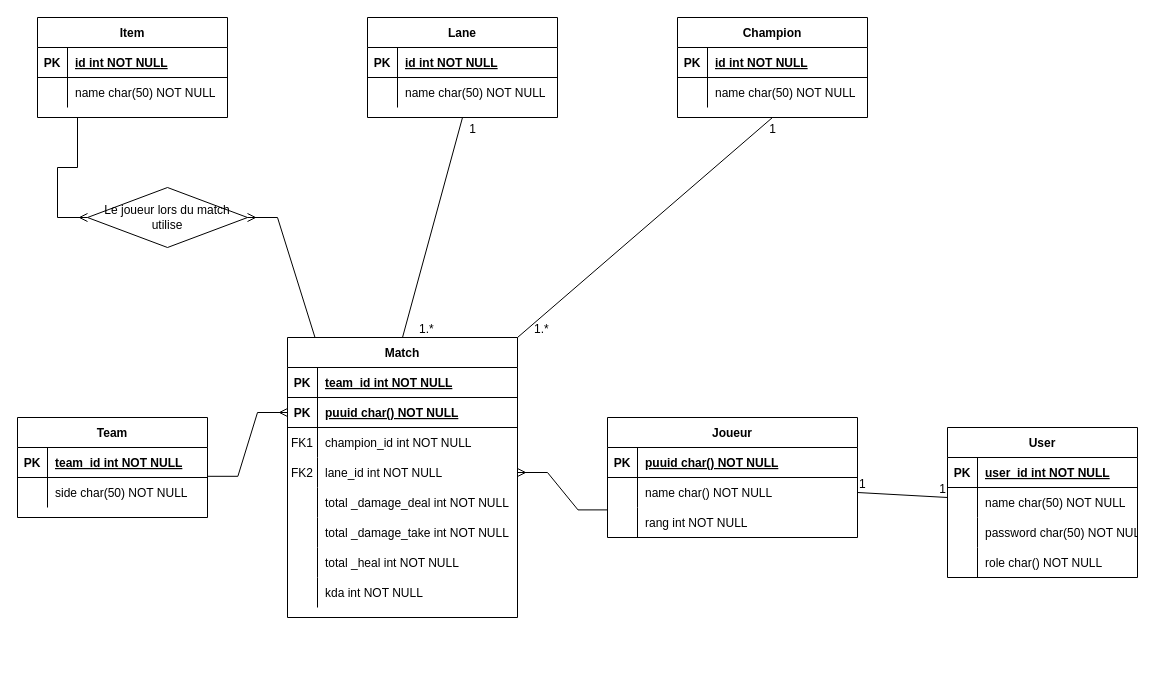
Before: Image Prod/Diagramme de donnees.drawio in Niyo-D-JC/HelpWork, a draw.io diagram. Source tidied: cells renumbered, new cells numbered last; positions are measured from the earlier drawing's top-left corner, leaving out a move shared by most shapes. Both pictures are drawn from the tidied source at 100%, with x=0, y=0 at pixel (17, 17).
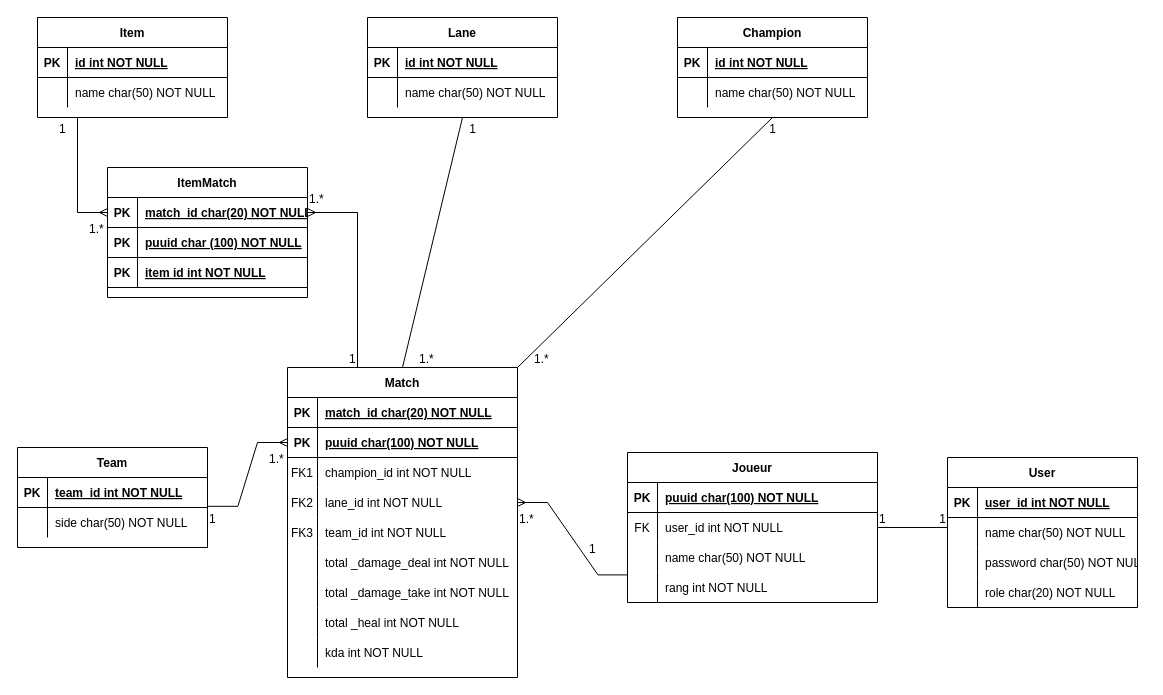
After the change.

Commit message:
Mettre à jour Diagramme de donnees.drawio

The change refers to these unchanged cells:
```xml
<mxCell id="3" style="shape=partialRectangle;fillColor=none;top=0;left=0;right=0;bottom=1;" parent="2" vertex="1">
  <mxGeometry y="30" width="250" height="30" as="geometry" />
</mxCell>
<mxCell id="6" style="shape=partialRectangle;fillColor=none;points=[[0,0.5],[1,0.5]];portConstraint=eastwest;top=0;left=0;right=0;bottom=0;" parent="2" vertex="1">
  <mxGeometry y="60" width="250" height="30" as="geometry" />
</mxCell>
<mxCell id="29" style="shape=partialRectangle;fillColor=none;top=0;left=0;right=0;bottom=0;" parent="19" vertex="1">
  <mxGeometry y="120" width="190" height="30" as="geometry" />
</mxCell>
<mxCell id="57" style="shape=partialRectangle;fillColor=none;top=0;left=0;right=0;bottom=1;" parent="56" vertex="1">
  <mxGeometry y="30" width="230" height="30" as="geometry" />
</mxCell>
<mxCell id="60" style="shape=partialRectangle;fillColor=none;points=[[0,0.5],[1,0.5]];portConstraint=eastwest;top=0;left=0;right=0;bottom=1;" parent="56" vertex="1">
  <mxGeometry y="60" width="230" height="30" as="geometry" />
</mxCell>
<mxCell id="69" style="shape=partialRectangle;fillColor=none;top=0;left=0;right=0;bottom=0;" parent="56" vertex="1">
  <mxGeometry y="150" width="230" height="30" as="geometry" />
</mxCell>
```

Diff of the diagram source:
```diff
@@
     <mxCell id="2" value="Joueur" style="shape=table;startSize=30;childLayout=tableLayout;rowLines=0;fontStyle=1;align=center;" parent="1" vertex="1">
-      <mxGeometry x="590" y="400" width="250" height="120" as="geometry" />
+      <mxGeometry x="610" y="435" width="250" height="150" as="geometry" />
     </mxCell>
@@
-    <mxCell id="5" value="puuid char() NOT NULL " style="shape=partialRectangle;overflow=hidden;fillColor=none;top=0;left=0;bottom=0;right=0;align=left;spacingLeft=6;fontStyle=5;" parent="3" vertex="1">
+    <mxCell id="5" value="puuid char(100) NOT NULL " style="shape=partialRectangle;overflow=hidden;fillColor=none;top=0;left=0;bottom=0;right=0;align=left;spacingLeft=6;fontStyle=5;" parent="3" vertex="1">
       <mxGeometry x="30" width="220" height="30" as="geometry" />
     </mxCell>
@@
-    <mxCell id="7" style="shape=partialRectangle;overflow=hidden;fillColor=none;top=0;left=0;bottom=0;right=0;" parent="6" vertex="1">
+    <mxCell id="7" value="FK" style="shape=partialRectangle;overflow=hidden;fillColor=none;top=0;left=0;bottom=0;right=0;" parent="6" vertex="1">
       <mxGeometry width="30" height="30" as="geometry" />
     </mxCell>
-    <mxCell id="8" value="name char() NOT NULL" style="shape=partialRectangle;overflow=hidden;fillColor=none;top=0;left=0;bottom=0;right=0;align=left;spacingLeft=6;" parent="6" vertex="1">
+    <mxCell id="8" value="user_id int NOT NULL" style="shape=partialRectangle;overflow=hidden;fillColor=none;top=0;left=0;bottom=0;right=0;align=left;spacingLeft=6;" parent="6" vertex="1">
       <mxGeometry x="30" width="220" height="30" as="geometry" />
     </mxCell>
+    <mxCell id="92" style="shape=partialRectangle;fillColor=none;top=0;left=0;right=0;bottom=0;" parent="2" vertex="1">
+      <mxGeometry y="90" width="250" height="30" as="geometry" />
+    </mxCell>
+    <mxCell id="93" style="shape=partialRectangle;overflow=hidden;fillColor=none;top=0;left=0;bottom=0;right=0;" parent="92" vertex="1">
+      <mxGeometry width="30" height="30" as="geometry" />
+    </mxCell>
+    <mxCell id="94" value="name char(50) NOT NULL" style="shape=partialRectangle;overflow=hidden;fillColor=none;top=0;left=0;bottom=0;right=0;align=left;spacingLeft=6;" parent="92" vertex="1">
+      <mxGeometry x="30" width="220" height="30" as="geometry" />
+    </mxCell>
     <mxCell id="9" style="shape=partialRectangle;fillColor=none;points=[[0,0.5],[1,0.5]];portConstraint=eastwest;top=0;left=0;right=0;bottom=0;" parent="2" vertex="1">
-      <mxGeometry y="90" width="250" height="30" as="geometry" />
+      <mxGeometry y="120" width="250" height="30" as="geometry" />
     </mxCell>
@@
     <mxCell id="19" value="User" style="shape=table;startSize=30;childLayout=tableLayout;rowLines=0;fontStyle=1;align=center;" parent="1" vertex="1">
-      <mxGeometry x="930" y="410" width="190" height="150" as="geometry" />
+      <mxGeometry x="930" y="440" width="190" height="150" as="geometry" />
     </mxCell>
@@
-    <mxCell id="31" value="role char() NOT NULL" style="shape=partialRectangle;overflow=hidden;fillColor=none;top=0;left=0;bottom=0;right=0;align=left;spacingLeft=6;" parent="29" vertex="1">
+    <mxCell id="31" value="role char(20) NOT NULL" style="shape=partialRectangle;overflow=hidden;fillColor=none;top=0;left=0;bottom=0;right=0;align=left;spacingLeft=6;" parent="29" vertex="1">
       <mxGeometry x="30" width="160" height="30" as="geometry" />
     </mxCell>
@@
     <mxCell id="49" value="Team" style="shape=table;startSize=30;childLayout=tableLayout;rowLines=0;fontStyle=1;align=center;" parent="1" vertex="1">
-      <mxGeometry y="400" width="190" height="100" as="geometry" />
+      <mxGeometry y="430" width="190" height="100" as="geometry" />
     </mxCell>
@@
     <mxCell id="56" value="Match" style="shape=table;startSize=30;childLayout=tableLayout;rowLines=0;fontStyle=1;align=center;" parent="1" vertex="1">
-      <mxGeometry x="270" y="320" width="230" height="280" as="geometry" />
+      <mxGeometry x="270" y="350" width="230" height="310" as="geometry" />
     </mxCell>
@@
-    <mxCell id="59" value="team_id int NOT NULL " style="shape=partialRectangle;overflow=hidden;fillColor=none;top=0;left=0;bottom=0;right=0;align=left;spacingLeft=6;fontStyle=5;" parent="57" vertex="1">
+    <mxCell id="59" value="match_id char(20) NOT NULL " style="shape=partialRectangle;overflow=hidden;fillColor=none;top=0;left=0;bottom=0;right=0;align=left;spacingLeft=6;fontStyle=5;" parent="57" vertex="1">
       <mxGeometry x="30" width="200" height="30" as="geometry" />
     </mxCell>
@@
-    <mxCell id="62" value="puuid char() NOT NULL " style="shape=partialRectangle;overflow=hidden;fillColor=none;top=0;left=0;bottom=0;right=0;align=left;spacingLeft=6;fontStyle=5;" parent="60" vertex="1">
+    <mxCell id="62" value="puuid char(100) NOT NULL " style="shape=partialRectangle;overflow=hidden;fillColor=none;top=0;left=0;bottom=0;right=0;align=left;spacingLeft=6;fontStyle=5;" parent="60" vertex="1">
       <mxGeometry x="30" width="200" height="30" as="geometry" />
     </mxCell>
@@
-    <mxCell id="71" value="total _damage_deal int NOT NULL" style="shape=partialRectangle;overflow=hidden;fillColor=none;top=0;left=0;bottom=0;right=0;align=left;spacingLeft=6;" parent="69" vertex="1">
+    <mxCell id="71" value="team_id int NOT NULL" style="shape=partialRectangle;overflow=hidden;fillColor=none;top=0;left=0;bottom=0;right=0;align=left;spacingLeft=6;" parent="69" vertex="1">
       <mxGeometry x="30" width="200" height="30" as="geometry" />
     </mxCell>
+    <mxCell id="95" style="shape=partialRectangle;fillColor=none;top=0;left=0;right=0;bottom=0;" parent="56" vertex="1">
+      <mxGeometry y="180" width="230" height="30" as="geometry" />
+    </mxCell>
+    <mxCell id="96" style="shape=partialRectangle;overflow=hidden;fillColor=none;top=0;left=0;bottom=0;right=0;" parent="95" vertex="1">
+      <mxGeometry width="30" height="30" as="geometry" />
+    </mxCell>
+    <mxCell id="97" value="total _damage_deal int NOT NULL" style="shape=partialRectangle;overflow=hidden;fillColor=none;top=0;left=0;bottom=0;right=0;align=left;spacingLeft=6;" parent="95" vertex="1">
+      <mxGeometry x="30" width="200" height="30" as="geometry" />
+    </mxCell>
     <mxCell id="72" style="shape=partialRectangle;fillColor=none;top=0;left=0;right=0;bottom=0;" parent="56" vertex="1">
-      <mxGeometry y="180" width="230" height="30" as="geometry" />
+      <mxGeometry y="210" width="230" height="30" as="geometry" />
     </mxCell>
@@
     <mxCell id="75" style="shape=partialRectangle;fillColor=none;top=0;left=0;right=0;bottom=0;" parent="56" vertex="1">
-      <mxGeometry y="210" width="230" height="30" as="geometry" />
+      <mxGeometry y="240" width="230" height="30" as="geometry" />
     </mxCell>
@@
     <mxCell id="78" style="shape=partialRectangle;fillColor=none;top=0;left=0;right=0;bottom=0;" parent="56" vertex="1">
-      <mxGeometry y="240" width="230" height="30" as="geometry" />
+      <mxGeometry y="270" width="230" height="30" as="geometry" />
     </mxCell>
@@
-    <mxCell id="89" value="Le joueur lors du match utilise" style="shape=rhombus;perimeter=rhombusPerimeter;whiteSpace=wrap;html=1;align=center;" parent="1" vertex="1">
-      <mxGeometry x="70" y="170" width="160" height="60" as="geometry" />
-    </mxCell>
-    <mxCell id="90" style="edgeStyle=entityRelationEdgeStyle;fontSize=12;html=1;endArrow=ERmany;rounded=0;entryX=1;entryY=0.5;entryDx=0;entryDy=0;exitX=0.25;exitY=0;exitDx=0;exitDy=0;" parent="1" edge="1" source="56" target="89">
-      <mxGeometry relative="1" as="geometry" />
+    <mxCell id="90" style="edgeStyle=entityRelationEdgeStyle;fontSize=12;html=1;endArrow=ERmany;rounded=0;entryX=1;entryY=0.5;entryDx=0;entryDy=0;" parent="1" edge="1" target="99">
+      <mxGeometry relative="1" as="geometry">
+        <mxPoint x="310" y="350" as="sourcePoint" />
+        <Array as="points">
+          <mxPoint x="310" y="310" />
+          <mxPoint x="340" y="260" />
+          <mxPoint x="340" y="260" />
+          <mxPoint x="328" y="290" />
+          <mxPoint x="340" y="330" />
+        </Array>
+      </mxGeometry>
     </mxCell>
-    <mxCell id="91" style="edgeStyle=entityRelationEdgeStyle;fontSize=12;html=1;endArrow=ERmany;rounded=0;entryX=0;entryY=0.5;entryDx=0;entryDy=0;" parent="1" edge="1" target="89">
+    <mxCell id="91" style="edgeStyle=entityRelationEdgeStyle;fontSize=12;html=1;endArrow=ERmany;rounded=0;entryX=0;entryY=0.5;entryDx=0;entryDy=0;" parent="1" edge="1" target="99">
       <mxGeometry relative="1" as="geometry">
         <mxPoint x="30" y="100" as="sourcePoint" />
       </mxGeometry>
     </mxCell>
+    <mxCell id="98" value="ItemMatch" style="shape=table;startSize=30;childLayout=tableLayout;rowLines=0;fontStyle=1;align=center;" parent="1" vertex="1">
+      <mxGeometry x="90" y="150" width="200" height="130" as="geometry" />
+    </mxCell>
+    <mxCell id="99" style="shape=partialRectangle;fillColor=none;points=[[0,0.5],[1,0.5]];portConstraint=eastwest;top=0;left=0;right=0;bottom=1;" parent="98" vertex="1">
+      <mxGeometry y="30" width="200" height="30" as="geometry" />
+    </mxCell>
+    <mxCell id="100" value="PK" style="shape=partialRectangle;overflow=hidden;fillColor=none;top=0;left=0;bottom=0;right=0;fontStyle=1;" parent="99" vertex="1">
+      <mxGeometry width="30" height="30" as="geometry" />
+    </mxCell>
+    <mxCell id="101" value="match_id char(20) NOT NULL " style="shape=partialRectangle;overflow=hidden;fillColor=none;top=0;left=0;bottom=0;right=0;align=left;spacingLeft=6;fontStyle=5;" parent="99" vertex="1">
+      <mxGeometry x="30" width="170" height="30" as="geometry" />
+    </mxCell>
+    <mxCell id="102" style="shape=partialRectangle;fillColor=none;top=0;left=0;right=0;bottom=1;" parent="98" vertex="1">
+      <mxGeometry y="60" width="200" height="30" as="geometry" />
+    </mxCell>
+    <mxCell id="103" value="PK" style="shape=partialRectangle;overflow=hidden;fillColor=none;top=0;left=0;bottom=0;right=0;fontStyle=1;" parent="102" vertex="1">
+      <mxGeometry width="30" height="30" as="geometry" />
+    </mxCell>
+    <mxCell id="104" value="puuid char (100) NOT NULL " style="shape=partialRectangle;overflow=hidden;fillColor=none;top=0;left=0;bottom=0;right=0;align=left;spacingLeft=6;fontStyle=5;" parent="102" vertex="1">
+      <mxGeometry x="30" width="170" height="30" as="geometry" />
+    </mxCell>
+    <mxCell id="105" style="shape=partialRectangle;fillColor=none;top=0;left=0;right=0;bottom=1;" parent="98" vertex="1">
+      <mxGeometry y="90" width="200" height="30" as="geometry" />
+    </mxCell>
+    <mxCell id="106" value="PK" style="shape=partialRectangle;overflow=hidden;fillColor=none;top=0;left=0;bottom=0;right=0;fontStyle=1;" parent="105" vertex="1">
+      <mxGeometry width="30" height="30" as="geometry" />
+    </mxCell>
+    <mxCell id="107" value="item id int NOT NULL " style="shape=partialRectangle;overflow=hidden;fillColor=none;top=0;left=0;bottom=0;right=0;align=left;spacingLeft=6;fontStyle=5;" parent="105" vertex="1">
+      <mxGeometry x="30" width="170" height="30" as="geometry" />
+    </mxCell>
+    <mxCell id="108" value="1.*" style="html=1;whiteSpace=wrap;align=left;verticalAlign=bottom;" parent="1" vertex="1">
+      <mxGeometry x="290" y="190" as="geometry" />
+    </mxCell>
+    <mxCell id="109" value="1.*" style="html=1;whiteSpace=wrap;align=left;verticalAlign=bottom;" parent="1" vertex="1">
+      <mxGeometry x="70" y="220" as="geometry" />
+    </mxCell>
+    <mxCell id="110" value="1.*" style="html=1;whiteSpace=wrap;align=left;verticalAlign=bottom;" parent="1" vertex="1">
+      <mxGeometry x="250" y="450" as="geometry" />
+    </mxCell>
+    <mxCell id="111" value="1.*" style="html=1;whiteSpace=wrap;align=left;verticalAlign=bottom;" parent="1" vertex="1">
+      <mxGeometry x="500" y="510" as="geometry" />
+    </mxCell>
+    <mxCell id="112" value="1" style="html=1;whiteSpace=wrap;align=left;verticalAlign=bottom;" parent="1" vertex="1">
+      <mxGeometry x="570" y="540" as="geometry" />
+    </mxCell>
+    <mxCell id="113" value="1" style="html=1;whiteSpace=wrap;align=left;verticalAlign=bottom;" parent="1" vertex="1">
+      <mxGeometry x="190" y="510" as="geometry" />
+    </mxCell>
+    <mxCell id="114" value="1" style="html=1;whiteSpace=wrap;align=left;verticalAlign=bottom;" parent="1" vertex="1">
+      <mxGeometry x="330" y="350" as="geometry" />
+    </mxCell>
+    <mxCell id="115" value="1" style="html=1;whiteSpace=wrap;align=left;verticalAlign=bottom;" parent="1" vertex="1">
+      <mxGeometry x="40" y="120" as="geometry" />
+    </mxCell>
+    <mxCell id="116" value="FK3" style="shape=partialRectangle;overflow=hidden;fillColor=none;top=0;left=0;bottom=0;right=0;" parent="1" vertex="1">
+      <mxGeometry x="270" y="500" width="30" height="30" as="geometry" />
+    </mxCell>
```
